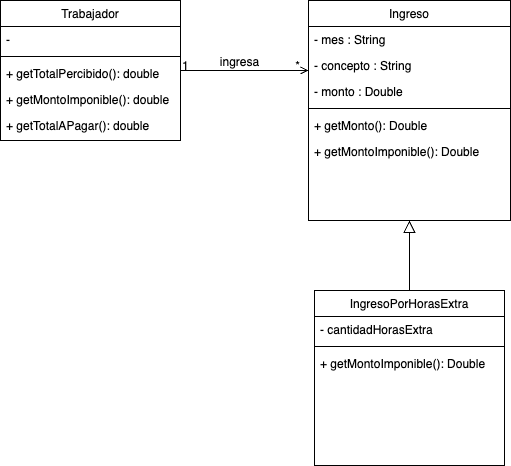
The draw.io diagram src/ar/edu/unq/po2/tp4/trabajo/TP4-Trabajador.drawio.png in lucalaghezza/unqui-po2-laghezza, before a commit. Source tidied: cells renumbered, new cells last; positions are measured from the earlier drawing's top-left corner, leaving out a move shared by most shapes. The source it was exported from:
```xml
<mxGraphModel>
  <root>
    <mxCell id="0" />
    <mxCell id="1" parent="0" />
    <mxCell id="2" value="Trabajador" style="swimlane;fontStyle=0;align=center;verticalAlign=top;horizontal=1;startSize=26;rounded=0;shadow=0;strokeWidth=1;" parent="1" vertex="1">
      <mxGeometry width="180" height="140" as="geometry" />
    </mxCell>
    <mxCell id="3" value="-" style="text;align=left;verticalAlign=top;spacingLeft=4;spacingRight=4;overflow=hidden;rounded=0;shadow=0;html=0;" parent="2" vertex="1">
      <mxGeometry y="26" width="180" height="26" as="geometry" />
    </mxCell>
    <mxCell id="4" style="line;html=1;strokeWidth=1;align=left;verticalAlign=middle;spacingTop=-1;spacingLeft=3;spacingRight=3;labelPosition=right;" parent="2" vertex="1">
      <mxGeometry y="52" width="180" height="8" as="geometry" />
    </mxCell>
    <mxCell id="5" value="+ getTotalPercibido(): double" style="text;align=left;verticalAlign=top;spacingLeft=4;spacingRight=4;overflow=hidden;" parent="2" vertex="1">
      <mxGeometry y="60" width="180" height="26" as="geometry" />
    </mxCell>
    <mxCell id="6" value="+ getMontoImponible(): double" style="text;align=left;verticalAlign=top;spacingLeft=4;spacingRight=4;overflow=hidden;" parent="2" vertex="1">
      <mxGeometry y="86" width="180" height="26" as="geometry" />
    </mxCell>
    <mxCell id="7" value="+ getTotalAPagar(): double" style="text;align=left;verticalAlign=top;spacingLeft=4;spacingRight=4;overflow=hidden;" parent="2" vertex="1">
      <mxGeometry y="112" width="180" height="26" as="geometry" />
    </mxCell>
    <mxCell id="8" value="IngresoPorHorasExtra" style="swimlane;fontStyle=0;align=center;verticalAlign=top;horizontal=1;startSize=26;rounded=0;shadow=0;strokeWidth=1;" parent="1" vertex="1">
      <mxGeometry x="314" y="290" width="190" height="175" as="geometry" />
    </mxCell>
    <mxCell id="9" value="- cantidadHorasExtra" style="text;align=left;verticalAlign=top;spacingLeft=4;spacingRight=4;overflow=hidden;" parent="8" vertex="1">
      <mxGeometry y="26" width="190" height="26" as="geometry" />
    </mxCell>
    <mxCell id="10" style="line;html=1;strokeWidth=1;align=left;verticalAlign=middle;spacingTop=-1;spacingLeft=3;spacingRight=3;labelPosition=right;" parent="8" vertex="1">
      <mxGeometry y="52" width="190" height="8" as="geometry" />
    </mxCell>
    <mxCell id="11" value="+ getMontoImponible(): Double" style="text;align=left;verticalAlign=top;spacingLeft=4;spacingRight=4;overflow=hidden;" parent="8" vertex="1">
      <mxGeometry y="60" width="190" height="22" as="geometry" />
    </mxCell>
    <mxCell id="12" style="endArrow=block;endSize=10;endFill=0;shadow=0;strokeWidth=1;rounded=0;curved=0;edgeStyle=elbowEdgeStyle;elbow=vertical;entryX=0.5;entryY=1;entryDx=0;entryDy=0;" parent="1" edge="1" source="8" target="13">
      <mxGeometry relative="1" as="geometry" />
    </mxCell>
    <mxCell id="13" value="Ingreso" style="swimlane;fontStyle=0;align=center;verticalAlign=top;horizontal=1;startSize=26;rounded=0;shadow=0;strokeWidth=1;" parent="1" vertex="1">
      <mxGeometry x="308" width="202" height="220" as="geometry" />
    </mxCell>
    <mxCell id="14" value="- mes : String" style="text;align=left;verticalAlign=top;spacingLeft=4;spacingRight=4;overflow=hidden;" parent="13" vertex="1">
      <mxGeometry y="26" width="202" height="26" as="geometry" />
    </mxCell>
    <mxCell id="15" value="- concepto : String" style="text;align=left;verticalAlign=top;spacingLeft=4;spacingRight=4;overflow=hidden;rounded=0;shadow=0;html=0;" parent="13" vertex="1">
      <mxGeometry y="52" width="202" height="26" as="geometry" />
    </mxCell>
    <mxCell id="16" value="- monto : Double" style="text;align=left;verticalAlign=top;spacingLeft=4;spacingRight=4;overflow=hidden;rounded=0;shadow=0;html=0;" parent="13" vertex="1">
      <mxGeometry y="78" width="202" height="26" as="geometry" />
    </mxCell>
    <mxCell id="17" style="line;html=1;strokeWidth=1;align=left;verticalAlign=middle;spacingTop=-1;spacingLeft=3;spacingRight=3;labelPosition=right;" parent="13" vertex="1">
      <mxGeometry y="104" width="202" height="8" as="geometry" />
    </mxCell>
    <mxCell id="18" value="+ getMonto(): Double" style="text;align=left;verticalAlign=top;spacingLeft=4;spacingRight=4;overflow=hidden;" parent="13" vertex="1">
      <mxGeometry y="112" width="202" height="26" as="geometry" />
    </mxCell>
    <mxCell id="19" value="+ getMontoImponible(): Double" style="text;align=left;verticalAlign=top;spacingLeft=4;spacingRight=4;overflow=hidden;" parent="13" vertex="1">
      <mxGeometry y="138" width="202" height="22" as="geometry" />
    </mxCell>
    <mxCell id="20" style="endArrow=open;shadow=0;strokeWidth=1;rounded=0;curved=0;endFill=1;edgeStyle=elbowEdgeStyle;elbow=vertical;" parent="1" edge="1" source="2" target="13">
      <mxGeometry x="0.5" y="41" relative="1" as="geometry">
        <mxPoint x="-40" y="32" as="offset" />
      </mxGeometry>
    </mxCell>
    <mxCell id="21" value="1" style="align=left;verticalAlign=bottom;labelBackgroundColor=none;fontSize=12;" parent="20" vertex="1">
      <mxGeometry x="-1" relative="1" as="geometry">
        <mxPoint y="4" as="offset" />
      </mxGeometry>
    </mxCell>
    <mxCell id="22" value="*" style="align=right;verticalAlign=bottom;labelBackgroundColor=none;fontSize=12;" parent="20" vertex="1">
      <mxGeometry x="1" relative="1" as="geometry">
        <mxPoint x="-7" y="4" as="offset" />
      </mxGeometry>
    </mxCell>
    <mxCell id="23" value="ingresa" style="text;html=1;align=center;verticalAlign=middle;labelBackgroundColor=none;rounded=0;shadow=0;strokeWidth=1;fontSize=12;" parent="20" vertex="1">
      <mxGeometry x="0.5" y="49" relative="1" as="geometry">
        <mxPoint x="-38" y="40" as="offset" />
      </mxGeometry>
    </mxCell>
  </root>
</mxGraphModel>
```
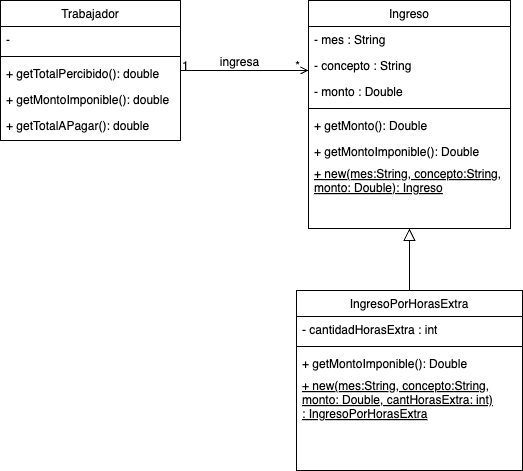
Above is the later version.

The edit, as a diff of the source:
```diff
@@ -21,22 +21,25 @@
       <mxGeometry y="112" width="180" height="26" as="geometry" />
     </mxCell>
     <mxCell id="8" value="IngresoPorHorasExtra" style="swimlane;fontStyle=0;align=center;verticalAlign=top;horizontal=1;startSize=26;rounded=0;shadow=0;strokeWidth=1;" parent="1" vertex="1">
-      <mxGeometry x="314" y="290" width="190" height="175" as="geometry" />
+      <mxGeometry x="296" y="290" width="226" height="180" as="geometry" />
     </mxCell>
-    <mxCell id="9" value="- cantidadHorasExtra" style="text;align=left;verticalAlign=top;spacingLeft=4;spacingRight=4;overflow=hidden;" parent="8" vertex="1">
-      <mxGeometry y="26" width="190" height="26" as="geometry" />
+    <mxCell id="9" value="- cantidadHorasExtra : int" style="text;align=left;verticalAlign=top;spacingLeft=4;spacingRight=4;overflow=hidden;" parent="8" vertex="1">
+      <mxGeometry y="26" width="226" height="26" as="geometry" />
     </mxCell>
     <mxCell id="10" style="line;html=1;strokeWidth=1;align=left;verticalAlign=middle;spacingTop=-1;spacingLeft=3;spacingRight=3;labelPosition=right;" parent="8" vertex="1">
-      <mxGeometry y="52" width="190" height="8" as="geometry" />
+      <mxGeometry y="52" width="226" height="8" as="geometry" />
     </mxCell>
     <mxCell id="11" value="+ getMontoImponible(): Double" style="text;align=left;verticalAlign=top;spacingLeft=4;spacingRight=4;overflow=hidden;" parent="8" vertex="1">
-      <mxGeometry y="60" width="190" height="22" as="geometry" />
+      <mxGeometry y="60" width="226" height="22" as="geometry" />
     </mxCell>
+    <mxCell id="24" value="+ new(mes:String, concepto:String,&#10;monto: Double, cantHorasExtra: int)&#10;: IngresoPorHorasExtra" style="text;align=left;verticalAlign=top;spacingLeft=4;spacingRight=4;overflow=hidden;fontStyle=4;" parent="8" vertex="1">
+      <mxGeometry y="82" width="226" height="68" as="geometry" />
+    </mxCell>
     <mxCell id="12" style="endArrow=block;endSize=10;endFill=0;shadow=0;strokeWidth=1;rounded=0;curved=0;edgeStyle=elbowEdgeStyle;elbow=vertical;entryX=0.5;entryY=1;entryDx=0;entryDy=0;" parent="1" edge="1" source="8" target="13">
       <mxGeometry relative="1" as="geometry" />
     </mxCell>
     <mxCell id="13" value="Ingreso" style="swimlane;fontStyle=0;align=center;verticalAlign=top;horizontal=1;startSize=26;rounded=0;shadow=0;strokeWidth=1;" parent="1" vertex="1">
-      <mxGeometry x="308" width="202" height="220" as="geometry" />
+      <mxGeometry x="308" width="202" height="228" as="geometry" />
     </mxCell>
     <mxCell id="14" value="- mes : String" style="text;align=left;verticalAlign=top;spacingLeft=4;spacingRight=4;overflow=hidden;" parent="13" vertex="1">
       <mxGeometry y="26" width="202" height="26" as="geometry" />
@@ -56,6 +59,9 @@
     <mxCell id="19" value="+ getMontoImponible(): Double" style="text;align=left;verticalAlign=top;spacingLeft=4;spacingRight=4;overflow=hidden;" parent="13" vertex="1">
       <mxGeometry y="138" width="202" height="22" as="geometry" />
     </mxCell>
+    <mxCell id="25" value="+ new(mes:String, concepto:String,&#10;monto: Double): Ingreso" style="text;align=left;verticalAlign=top;spacingLeft=4;spacingRight=4;overflow=hidden;fontStyle=4;" parent="13" vertex="1">
+      <mxGeometry y="160" width="202" height="68" as="geometry" />
+    </mxCell>
     <mxCell id="20" style="endArrow=open;shadow=0;strokeWidth=1;rounded=0;curved=0;endFill=1;edgeStyle=elbowEdgeStyle;elbow=vertical;" parent="1" edge="1" source="2" target="13">
       <mxGeometry x="0.5" y="41" relative="1" as="geometry">
         <mxPoint x="-40" y="32" as="offset" />
```
